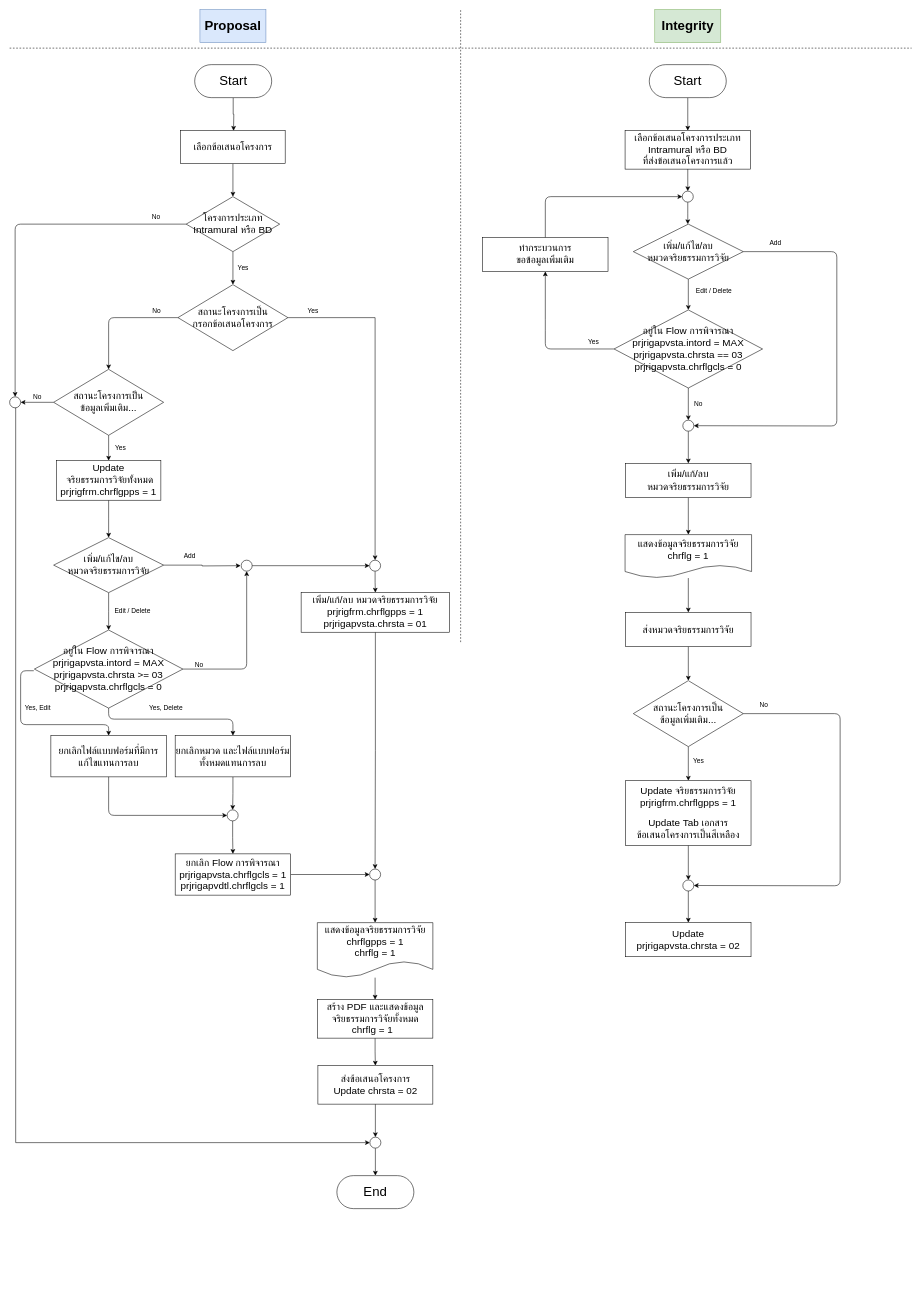
This is Flow Integrity.drawio from AL1605/drow.io, a draw.io file, before an edit. Source tidied: cells renumbered, new cells numbered last; positions are measured from the earlier drawing's top-left corner, leaving out a move shared by most shapes. Both pictures are drawn from the tidied source at 55%, with x=0, y=0 at pixel (9, 9).
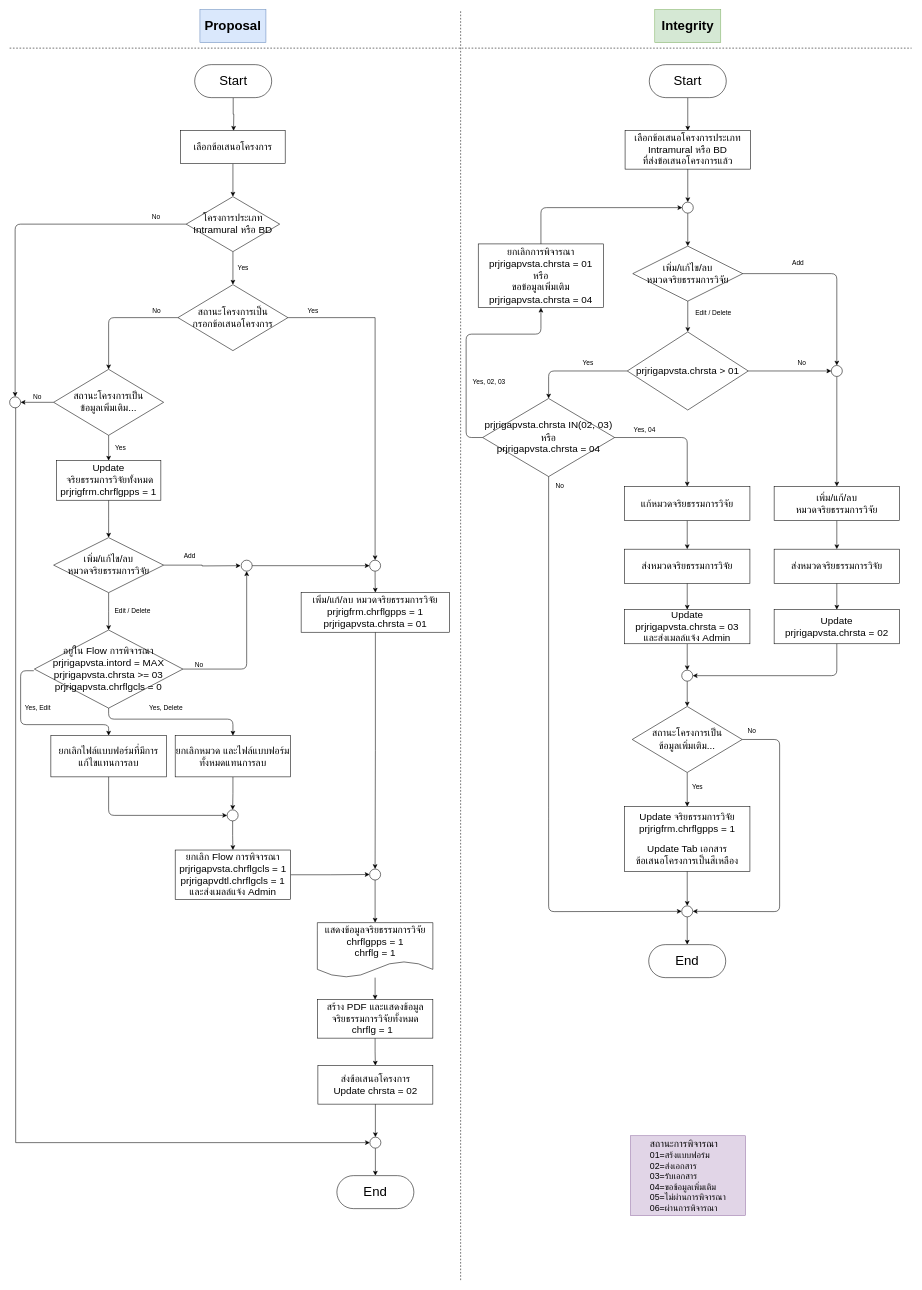
Above is the later version.

The change refers to these unchanged cells:
```xml
<mxCell id="69" value="&lt;font style=&quot;font-size: 18px&quot;&gt;เลือกข้อเสนอโครงการ&lt;/font&gt;&lt;span style=&quot;font-size: 18px&quot;&gt;ประเภท&lt;/span&gt;&lt;br style=&quot;font-size: 18px&quot;&gt;&lt;span style=&quot;font-size: 18px&quot;&gt;Intramural หรือ BD&lt;br&gt;ที่ส่งข้อเสนอโครงการแล้ว&lt;br&gt;&lt;/span&gt;" style="rounded=0;whiteSpace=wrap;html=1;" parent="1" vertex="1">
  <mxGeometry x="1119" y="220" width="228" height="70" as="geometry" />
</mxCell>
```

Diff of the diagram source:
```diff
@@
     <mxCell id="5" style="endArrow=none;dashed=1;html=1;" parent="1" edge="1">
       <mxGeometry relative="1" as="geometry">
-        <mxPoint x="820" y="1150" as="sourcePoint" />
+        <mxPoint x="820" y="2310" as="sourcePoint" />
         <mxPoint x="820" as="targetPoint" />
       </mxGeometry>
     </mxCell>
@@
-    <mxCell id="47" value="&lt;span style=&quot;font-size: 18px&quot;&gt;ยกเลิก Flow การพิจารณา&lt;br&gt;&lt;/span&gt;&lt;font style=&quot;font-size: 18px&quot;&gt;prjrigapvsta&lt;/font&gt;&lt;span style=&quot;font-size: 18px&quot;&gt;.chrflgcls = 1&lt;/span&gt;&lt;br&gt;&lt;span style=&quot;font-size: 18px&quot;&gt;prjrigapvdtl.chrflgcls = 1&lt;/span&gt;" style="rounded=0;whiteSpace=wrap;html=1;" parent="1" vertex="1">
-      <mxGeometry x="301" y="1535" width="210" height="75" as="geometry" />
+    <mxCell id="47" value="&lt;span style=&quot;font-size: 18px&quot;&gt;ยกเลิก Flow การพิจารณา&lt;br&gt;&lt;/span&gt;&lt;font style=&quot;font-size: 18px&quot;&gt;prjrigapvsta&lt;/font&gt;&lt;span style=&quot;font-size: 18px&quot;&gt;.chrflgcls = 1&lt;/span&gt;&lt;br&gt;&lt;span style=&quot;font-size: 18px&quot;&gt;prjrigapvdtl.chrflgcls = 1&lt;br&gt;และส่งเมลล์แจ้ง Admin&lt;br&gt;&lt;/span&gt;" style="rounded=0;whiteSpace=wrap;html=1;" parent="1" vertex="1">
+      <mxGeometry x="301" y="1528" width="210" height="90" as="geometry" />
     </mxCell>
@@
-    <mxCell id="68" style="edgeStyle=orthogonalEdgeStyle;rounded=0;jettySize=auto;html=1;" parent="1" edge="1" source="71">
-      <mxGeometry relative="1" as="geometry">
-        <mxPoint x="1233" y="390" as="targetPoint" />
-      </mxGeometry>
+    <mxCell id="68" style="edgeStyle=orthogonalEdgeStyle;rounded=0;jettySize=auto;html=1;exitX=0.5;exitY=1;exitDx=0;exitDy=0;entryX=0.5;entryY=0;entryDx=0;entryDy=0;" parent="1" edge="1" source="111" target="79">
+      <mxGeometry relative="1" as="geometry" />
     </mxCell>
@@
-    <mxCell id="71" style="ellipse;whiteSpace=wrap;html=1;" parent="1" vertex="1">
-      <mxGeometry x="1223" y="330" width="20" height="20" as="geometry" />
-    </mxCell>
-    <mxCell id="72" style="edgeStyle=orthogonalEdgeStyle;rounded=0;jettySize=auto;html=1;" parent="1" edge="1" source="69" target="71">
-      <mxGeometry relative="1" as="geometry" />
-    </mxCell>
-    <mxCell id="73" style="edgeStyle=orthogonalEdgeStyle;rounded=0;jettySize=auto;html=1;entryX=0.5;entryY=0;entryDx=0;entryDy=0;" parent="1" edge="1" source="74" target="89">
-      <mxGeometry relative="1" as="geometry" />
-    </mxCell>
+    <mxCell id="102" style="edgeStyle=orthogonalEdgeStyle;rounded=0;jettySize=auto;html=1;entryX=0;entryY=0.5;entryDx=0;entryDy=0;exitX=1;exitY=0.5;exitDx=0;exitDy=0;" parent="1" edge="1" source="74" target="106">
+      <mxGeometry relative="1" as="geometry" />
+    </mxCell>
-    <mxCell id="74" value="&lt;font style=&quot;font-size: 18px&quot;&gt;อยู่ใน Flow การพิจารณา&lt;br&gt;prjrigapvsta.intord = MAX&lt;br&gt;prjrigapvsta.chrsta == 03&lt;br&gt;prjrigapvsta.chrflgcls = 0&lt;br&gt;&lt;/font&gt;" style="rhombus;whiteSpace=wrap;html=1;" parent="1" vertex="1">
-      <mxGeometry x="1099" y="546" width="270" height="142" as="geometry" />
+    <mxCell id="74" value="&lt;font style=&quot;font-size: 18px&quot;&gt;prjrigapvsta.chrsta &amp;gt; 01&lt;br&gt;&lt;/font&gt;" style="rhombus;whiteSpace=wrap;html=1;" parent="1" vertex="1">
+      <mxGeometry x="1123" y="586" width="220" height="142" as="geometry" />
     </mxCell>
-    <mxCell id="75" value="&lt;span style=&quot;font-size: 18px&quot;&gt;ทำกระบวนการ&lt;br&gt;ขอข้อมูลเพิ่มเติม&lt;/span&gt;" style="rounded=0;whiteSpace=wrap;html=1;" parent="1" vertex="1">
-      <mxGeometry x="860" y="414" width="228" height="62" as="geometry" />
-    </mxCell>
-    <mxCell id="76" style="endArrow=classic;html=1;exitX=0;exitY=0.5;exitDx=0;exitDy=0;entryX=0.5;entryY=1;entryDx=0;entryDy=0;" parent="1" edge="1" source="74" target="75">
-      <mxGeometry relative="1" as="geometry">
-        <Array as="points">
-          <mxPoint x="974" y="617" />
-          <mxPoint x="974" y="573" />
-        </Array>
-      </mxGeometry>
-    </mxCell>
-    <mxCell id="77" style="endArrow=classic;html=1;exitX=0.5;exitY=0;exitDx=0;exitDy=0;entryX=0;entryY=0.5;entryDx=0;entryDy=0;" parent="1" edge="1" source="75" target="71">
-      <mxGeometry relative="1" as="geometry">
-        <Array as="points">
-          <mxPoint x="974" y="340" />
-        </Array>
-      </mxGeometry>
-    </mxCell>
     <mxCell id="78" value="Yes" style="text;html=1;align=left;verticalAlign=top;spacingTop=-4;" parent="1" vertex="1">
-      <mxGeometry x="1050" y="595" width="40" height="20" as="geometry" />
+      <mxGeometry x="1040" y="632" width="40" height="20" as="geometry" />
     </mxCell>
     <mxCell id="79" value="&lt;font style=&quot;font-size: 18px&quot;&gt;เพิ่ม/แก้ไข/ลบ &lt;br&gt;หมวดจริยธรรมการวิจัย&lt;br&gt;&lt;/font&gt;" style="rhombus;whiteSpace=wrap;html=1;" parent="1" vertex="1">
-      <mxGeometry x="1134" y="390" width="200" height="100" as="geometry" />
+      <mxGeometry x="1133" y="430" width="200" height="100" as="geometry" />
     </mxCell>
     <mxCell id="80" value="Edit / Delete" style="text;html=1;align=left;verticalAlign=top;spacingTop=-4;" parent="1" vertex="1">
-      <mxGeometry x="1246" y="502" width="80" height="20" as="geometry" />
+      <mxGeometry x="1245" y="542" width="80" height="20" as="geometry" />
     </mxCell>
-    <mxCell id="81" style="edgeStyle=orthogonalEdgeStyle;rounded=0;jettySize=auto;html=1;entryX=0.5;entryY=0;entryDx=0;entryDy=0;" parent="1" edge="1" source="82" target="94">
-      <mxGeometry relative="1" as="geometry" />
-    </mxCell>
+    <mxCell id="103" style="edgeStyle=orthogonalEdgeStyle;rounded=0;jettySize=auto;html=1;" parent="1" edge="1" source="82" target="124">
+      <mxGeometry relative="1" as="geometry" />
+    </mxCell>
     <mxCell id="82" value="&lt;span style=&quot;font-size: 18px&quot;&gt;เพิ่ม/แก้/ลบ &lt;br&gt;หมวดจริยธรรมการวิจัย&lt;/span&gt;&lt;br&gt;" style="rounded=0;whiteSpace=wrap;html=1;" parent="1" vertex="1">
-      <mxGeometry x="1120" y="825" width="228" height="62" as="geometry" />
+      <mxGeometry x="1390" y="867" width="228" height="62" as="geometry" />
     </mxCell>
-    <mxCell id="83" style="endArrow=classic;html=1;exitX=1;exitY=0.5;exitDx=0;exitDy=0;entryX=1;entryY=0.5;entryDx=0;entryDy=0;" parent="1" edge="1" source="79" target="89">
+    <mxCell id="83" style="endArrow=classic;html=1;entryX=0.5;entryY=0;entryDx=0;entryDy=0;" parent="1" edge="1" target="106">
       <mxGeometry relative="1" as="geometry">
+        <mxPoint x="1333" y="480" as="sourcePoint" />
         <Array as="points">
-          <mxPoint x="1504" y="440" />
-          <mxPoint x="1504" y="757" />
+          <mxPoint x="1504" y="480" />
         </Array>
       </mxGeometry>
     </mxCell>
     <mxCell id="84" value="Add" style="text;html=1;align=left;verticalAlign=top;spacingTop=-4;" parent="1" vertex="1">
-      <mxGeometry x="1380" y="414" width="40" height="20" as="geometry" />
+      <mxGeometry x="1421" y="451" width="40" height="20" as="geometry" />
     </mxCell>
     <mxCell id="85" value="No" style="text;html=1;align=left;verticalAlign=top;spacingTop=-4;" parent="1" vertex="1">
-      <mxGeometry x="1243" y="707.5" width="30" height="20" as="geometry" />
+      <mxGeometry x="1431" y="632" width="30" height="20" as="geometry" />
     </mxCell>
@@
     <mxCell id="87" value="&lt;font style=&quot;font-size: 18px&quot;&gt;สถานะโครงการเป็น&lt;br&gt;ข้อมูลเพิ่มเติม...&lt;br&gt;&lt;/font&gt;" style="rhombus;whiteSpace=wrap;html=1;" parent="1" vertex="1">
-      <mxGeometry x="1134" y="1220" width="200" height="120" as="geometry" />
+      <mxGeometry x="1132" y="1267" width="200" height="120" as="geometry" />
     </mxCell>
-    <mxCell id="88" style="edgeStyle=orthogonalEdgeStyle;rounded=0;jettySize=auto;html=1;" parent="1" edge="1" source="89" target="82">
-      <mxGeometry relative="1" as="geometry" />
-    </mxCell>
-    <mxCell id="89" style="ellipse;whiteSpace=wrap;html=1;" parent="1" vertex="1">
-      <mxGeometry x="1224" y="746.5" width="20" height="20" as="geometry" />
-    </mxCell>
-    <mxCell id="90" style="edgeStyle=orthogonalEdgeStyle;rounded=0;jettySize=auto;html=1;" parent="1" edge="1" source="98" target="92">
-      <mxGeometry relative="1" as="geometry" />
-    </mxCell>
     <mxCell id="91" value="&lt;span style=&quot;font-size: 18px&quot;&gt;Update จริยธรรมการวิจัย&lt;br&gt;&lt;/span&gt;&lt;span style=&quot;font-size: 18px&quot;&gt;prjrigfrm.&lt;/span&gt;&lt;span style=&quot;font-size: 18px&quot;&gt;chrflgpps = 1&lt;br&gt;&lt;/span&gt;&lt;br&gt;&lt;span style=&quot;font-size: 18px&quot;&gt;Update Tab เอกสาร&lt;br&gt;ข้อเสนอโครงการเป็นสีเหลือง&lt;/span&gt;" style="rounded=0;whiteSpace=wrap;html=1;" parent="1" vertex="1">
-      <mxGeometry x="1120" y="1402" width="228" height="118" as="geometry" />
+      <mxGeometry x="1118" y="1449" width="228" height="118" as="geometry" />
     </mxCell>
-    <mxCell id="92" value="&lt;span style=&quot;font-size: 18px&quot;&gt;Update&lt;br&gt;&lt;/span&gt;&lt;span style=&quot;font-size: 18px&quot;&gt;prjrigapvsta.chrsta = 02&lt;/span&gt;&lt;span style=&quot;font-size: 18px&quot;&gt;&lt;br&gt;&lt;/span&gt;" style="rounded=0;whiteSpace=wrap;html=1;" parent="1" vertex="1">
-      <mxGeometry x="1120" y="1660" width="228" height="62" as="geometry" />
-    </mxCell>
-    <mxCell id="93" style="edgeStyle=orthogonalEdgeStyle;rounded=0;jettySize=auto;html=1;" parent="1" edge="1" source="94" target="96">
-      <mxGeometry relative="1" as="geometry" />
-    </mxCell>
-    <mxCell id="94" value="&lt;font style=&quot;font-size: 18px&quot;&gt;&lt;font&gt;แสดงข้อมูลจริยธรรมการวิจัย&lt;/font&gt;&lt;br&gt;chrflg = 1&lt;/font&gt;" style="shape=document;whiteSpace=wrap;html=1;boundedLbl=1;" parent="1" vertex="1">
-      <mxGeometry x="1119" y="954.5" width="230" height="79" as="geometry" />
-    </mxCell>
-    <mxCell id="95" style="edgeStyle=orthogonalEdgeStyle;rounded=0;jettySize=auto;html=1;" parent="1" edge="1" source="96" target="87">
+    <mxCell id="95" style="edgeStyle=orthogonalEdgeStyle;rounded=0;jettySize=auto;html=1;exitX=0.5;exitY=1;exitDx=0;exitDy=0;" parent="1" edge="1" source="125" target="87">
       <mxGeometry relative="1" as="geometry" />
     </mxCell>
-    <mxCell id="96" value="&lt;span style=&quot;font-size: 18px&quot;&gt;ส่งหมวดจริยธรรมการวิจัย&lt;/span&gt;" style="rounded=0;whiteSpace=wrap;html=1;" parent="1" vertex="1">
-      <mxGeometry x="1120" y="1096" width="228" height="62" as="geometry" />
-    </mxCell>
     <mxCell id="97" value="Yes" style="text;html=1;align=left;verticalAlign=top;spacingTop=-4;" parent="1" vertex="1">
-      <mxGeometry x="1241" y="1356" width="40" height="20" as="geometry" />
+      <mxGeometry x="1239" y="1403" width="40" height="20" as="geometry" />
     </mxCell>
+    <mxCell id="104" style="edgeStyle=orthogonalEdgeStyle;rounded=0;jettySize=auto;html=1;" parent="1" edge="1" source="98" target="129">
+      <mxGeometry relative="1" as="geometry" />
+    </mxCell>
     <mxCell id="98" style="ellipse;whiteSpace=wrap;html=1;" parent="1" vertex="1">
-      <mxGeometry x="1224" y="1582.5" width="20" height="20" as="geometry" />
+      <mxGeometry x="1222" y="1629.5" width="20" height="20" as="geometry" />
     </mxCell>
@@
     <mxCell id="100" style="endArrow=classic;html=1;exitX=1;exitY=0.5;exitDx=0;exitDy=0;entryX=1;entryY=0.5;entryDx=0;entryDy=0;" parent="1" edge="1" source="87" target="98">
       <mxGeometry relative="1" as="geometry">
         <Array as="points">
-          <mxPoint x="1510" y="1280" />
-          <mxPoint x="1510" y="1593" />
+          <mxPoint x="1400" y="1327" />
+          <mxPoint x="1400" y="1640" />
         </Array>
       </mxGeometry>
     </mxCell>
     <mxCell id="101" value="No" style="text;html=1;align=left;verticalAlign=top;spacingTop=-4;" parent="1" vertex="1">
-      <mxGeometry x="1362" y="1254" width="30" height="20" as="geometry" />
+      <mxGeometry x="1340" y="1301" width="30" height="20" as="geometry" />
     </mxCell>
+    <mxCell id="105" style="edgeStyle=orthogonalEdgeStyle;rounded=0;jettySize=auto;html=1;entryX=0.5;entryY=0;entryDx=0;entryDy=0;" parent="1" edge="1" source="106" target="82">
+      <mxGeometry relative="1" as="geometry" />
+    </mxCell>
+    <mxCell id="106" style="ellipse;whiteSpace=wrap;html=1;" parent="1" vertex="1">
+      <mxGeometry x="1494" y="647" width="20" height="20" as="geometry" />
+    </mxCell>
+    <mxCell id="107" style="endArrow=classic;html=1;exitX=0;exitY=0.5;exitDx=0;exitDy=0;entryX=0.5;entryY=0;entryDx=0;entryDy=0;" parent="1" edge="1" source="74" target="108">
+      <mxGeometry relative="1" as="geometry">
+        <Array as="points">
+          <mxPoint x="980" y="657" />
+        </Array>
+      </mxGeometry>
+    </mxCell>
+    <mxCell id="108" value="&lt;font style=&quot;font-size: 18px&quot;&gt;prjrigapvsta.chrsta IN(02, 03)&lt;br&gt;หรือ&lt;br&gt;prjrigapvsta.chrsta = 04&lt;br&gt;&lt;/font&gt;" style="rhombus;whiteSpace=wrap;html=1;" parent="1" vertex="1">
+      <mxGeometry x="860" y="707" width="240" height="142" as="geometry" />
+    </mxCell>
+    <mxCell id="109" value="&lt;span style=&quot;font-size: 18px&quot;&gt;ยกเลิกการพิจารณา&lt;br&gt;&lt;/span&gt;&lt;span style=&quot;font-size: 18px&quot;&gt;prjrigapvsta.chrsta = 01&lt;/span&gt;&lt;span style=&quot;font-size: 18px&quot;&gt;&lt;br&gt;หรือ&lt;br&gt;ขอข้อมูลเพิ่มเติม&lt;br&gt;&lt;/span&gt;&lt;span style=&quot;font-size: 18px&quot;&gt;prjrigapvsta.chrsta = 04&lt;/span&gt;&lt;span style=&quot;font-size: 18px&quot;&gt;&lt;br&gt;&lt;/span&gt;" style="rounded=0;whiteSpace=wrap;html=1;" parent="1" vertex="1">
+      <mxGeometry x="852" y="426" width="228" height="116" as="geometry" />
+    </mxCell>
+    <mxCell id="110" value="Yes, 02, 03" style="text;html=1;align=left;verticalAlign=top;spacingTop=-4;" parent="1" vertex="1">
+      <mxGeometry x="840" y="667" width="80" height="20" as="geometry" />
+    </mxCell>
+    <mxCell id="111" style="ellipse;whiteSpace=wrap;html=1;" parent="1" vertex="1">
+      <mxGeometry x="1223" y="350" width="20" height="20" as="geometry" />
+    </mxCell>
+    <mxCell id="112" style="edgeStyle=orthogonalEdgeStyle;rounded=0;jettySize=auto;html=1;exitX=0.5;exitY=1;exitDx=0;exitDy=0;entryX=0.5;entryY=0;entryDx=0;entryDy=0;" parent="1" edge="1" source="69" target="111">
+      <mxGeometry relative="1" as="geometry" />
+    </mxCell>
+    <mxCell id="113" style="endArrow=classic;html=1;exitX=0;exitY=0.5;exitDx=0;exitDy=0;entryX=0.5;entryY=1;entryDx=0;entryDy=0;" parent="1" edge="1" source="108" target="109">
+      <mxGeometry relative="1" as="geometry">
+        <Array as="points">
+          <mxPoint x="830" y="778" />
+          <mxPoint x="830" y="590" />
+          <mxPoint x="966" y="590" />
+        </Array>
+      </mxGeometry>
+    </mxCell>
+    <mxCell id="114" style="endArrow=classic;html=1;exitX=0.5;exitY=0;exitDx=0;exitDy=0;entryX=0;entryY=0.5;entryDx=0;entryDy=0;" parent="1" edge="1" source="109" target="111">
+      <mxGeometry relative="1" as="geometry">
+        <Array as="points">
+          <mxPoint x="966" y="360" />
+        </Array>
+      </mxGeometry>
+    </mxCell>
+    <mxCell id="115" style="edgeStyle=orthogonalEdgeStyle;rounded=0;jettySize=auto;html=1;" parent="1" edge="1" source="116" target="122">
+      <mxGeometry relative="1" as="geometry" />
+    </mxCell>
+    <mxCell id="116" value="&lt;span style=&quot;font-size: 18px&quot;&gt;แก้หมวดจริยธรรมการวิจัย&lt;/span&gt;" style="rounded=0;whiteSpace=wrap;html=1;" parent="1" vertex="1">
+      <mxGeometry x="1118" y="867" width="228" height="62" as="geometry" />
+    </mxCell>
+    <mxCell id="117" style="endArrow=classic;html=1;exitX=1;exitY=0.5;exitDx=0;exitDy=0;entryX=0.5;entryY=0;entryDx=0;entryDy=0;" parent="1" edge="1" source="108" target="116">
+      <mxGeometry relative="1" as="geometry">
+        <Array as="points">
+          <mxPoint x="1232" y="778" />
+        </Array>
+      </mxGeometry>
+    </mxCell>
+    <mxCell id="118" value="Yes, 04" style="text;html=1;align=left;verticalAlign=top;spacingTop=-4;" parent="1" vertex="1">
+      <mxGeometry x="1133" y="754" width="60" height="20" as="geometry" />
+    </mxCell>
+    <mxCell id="119" style="edgeStyle=orthogonalEdgeStyle;rounded=0;jettySize=auto;html=1;entryX=0.5;entryY=0;entryDx=0;entryDy=0;" parent="1" edge="1" source="120" target="125">
+      <mxGeometry relative="1" as="geometry" />
+    </mxCell>
+    <mxCell id="120" value="&lt;span style=&quot;font-size: 18px&quot;&gt;Update&lt;br&gt;&lt;/span&gt;&lt;span style=&quot;font-size: 18px&quot;&gt;prjrigapvsta.chrsta = 03&lt;br&gt;&lt;/span&gt;&lt;span style=&quot;font-size: 18px&quot;&gt;และส่งเมลล์แจ้ง Admin&lt;/span&gt;&lt;span style=&quot;font-size: 18px&quot;&gt;&lt;br&gt;&lt;/span&gt;" style="rounded=0;whiteSpace=wrap;html=1;" parent="1" vertex="1">
+      <mxGeometry x="1118" y="1091" width="228" height="62" as="geometry" />
+    </mxCell>
+    <mxCell id="121" style="edgeStyle=orthogonalEdgeStyle;rounded=0;jettySize=auto;html=1;" parent="1" edge="1" source="122" target="120">
+      <mxGeometry relative="1" as="geometry" />
+    </mxCell>
+    <mxCell id="122" value="&lt;span style=&quot;font-size: 18px&quot;&gt;ส่งหมวดจริยธรรมการวิจัย&lt;/span&gt;" style="rounded=0;whiteSpace=wrap;html=1;" parent="1" vertex="1">
+      <mxGeometry x="1118" y="981" width="228" height="62" as="geometry" />
+    </mxCell>
+    <mxCell id="92" value="&lt;span style=&quot;font-size: 18px&quot;&gt;Update&lt;br&gt;&lt;/span&gt;&lt;span style=&quot;font-size: 18px&quot;&gt;prjrigapvsta.chrsta = 02&lt;/span&gt;&lt;span style=&quot;font-size: 18px&quot;&gt;&lt;br&gt;&lt;/span&gt;" style="rounded=0;whiteSpace=wrap;html=1;" parent="1" vertex="1">
+      <mxGeometry x="1390" y="1091" width="228" height="62" as="geometry" />
+    </mxCell>
+    <mxCell id="123" style="edgeStyle=orthogonalEdgeStyle;rounded=0;jettySize=auto;html=1;" parent="1" edge="1" source="124" target="92">
+      <mxGeometry relative="1" as="geometry" />
+    </mxCell>
+    <mxCell id="124" value="&lt;span style=&quot;font-size: 18px&quot;&gt;ส่งหมวดจริยธรรมการวิจัย&lt;/span&gt;" style="rounded=0;whiteSpace=wrap;html=1;" parent="1" vertex="1">
+      <mxGeometry x="1390" y="981" width="228" height="62" as="geometry" />
+    </mxCell>
+    <mxCell id="125" style="ellipse;whiteSpace=wrap;html=1;" parent="1" vertex="1">
+      <mxGeometry x="1222" y="1201" width="20" height="20" as="geometry" />
+    </mxCell>
+    <mxCell id="126" style="endArrow=classic;html=1;exitX=0.5;exitY=1;exitDx=0;exitDy=0;entryX=1;entryY=0.5;entryDx=0;entryDy=0;" parent="1" edge="1" source="92" target="125">
+      <mxGeometry relative="1" as="geometry">
+        <Array as="points">
+          <mxPoint x="1504" y="1211" />
+        </Array>
+      </mxGeometry>
+    </mxCell>
+    <mxCell id="127" style="endArrow=classic;html=1;entryX=0;entryY=0.5;entryDx=0;entryDy=0;" parent="1" edge="1" target="98">
+      <mxGeometry relative="1" as="geometry">
+        <mxPoint x="980" y="849" as="sourcePoint" />
+        <Array as="points">
+          <mxPoint x="980" y="1460" />
+          <mxPoint x="980" y="1640" />
+        </Array>
+      </mxGeometry>
+    </mxCell>
+    <mxCell id="128" value="No" style="text;html=1;align=left;verticalAlign=top;spacingTop=-4;" parent="1" vertex="1">
+      <mxGeometry x="991" y="857" width="30" height="20" as="geometry" />
+    </mxCell>
+    <mxCell id="129" value="&lt;font style=&quot;font-size: 24px&quot;&gt;End&lt;/font&gt;" style="rounded=1;whiteSpace=wrap;html=1;arcSize=50;" parent="1" vertex="1">
+      <mxGeometry x="1162" y="1700" width="140" height="60" as="geometry" />
+    </mxCell>
+    <mxCell id="130" value="&lt;div style=&quot;text-align: left ; white-space: nowrap&quot;&gt;&lt;font style=&quot;font-size: 18px&quot;&gt;สถานะการพิจารณา&lt;/font&gt;&lt;/div&gt;&lt;div style=&quot;text-align: left ; white-space: nowrap&quot;&gt;&lt;font size=&quot;3&quot;&gt;01=สร้งแบบฟอร์ม&lt;/font&gt;&lt;/div&gt;&lt;div style=&quot;text-align: left ; white-space: nowrap&quot;&gt;&lt;font size=&quot;3&quot;&gt;02=ส่งเอกสาร&lt;/font&gt;&lt;/div&gt;&lt;div style=&quot;text-align: left ; white-space: nowrap&quot;&gt;&lt;font size=&quot;3&quot;&gt;03=รับเอกสาร&lt;/font&gt;&lt;/div&gt;&lt;div style=&quot;text-align: left ; white-space: nowrap&quot;&gt;&lt;font size=&quot;3&quot;&gt;04=ขอข้อมูลเพิ่มเติม&lt;/font&gt;&lt;/div&gt;&lt;div style=&quot;text-align: left ; white-space: nowrap&quot;&gt;&lt;font size=&quot;3&quot;&gt;05=ไม่ผ่านการพิจารณา&lt;/font&gt;&lt;/div&gt;&lt;div style=&quot;text-align: left ; white-space: nowrap&quot;&gt;&lt;font size=&quot;3&quot;&gt;06=ผ่านการพิจารณา&lt;/font&gt;&lt;/div&gt;" style="rounded=0;whiteSpace=wrap;html=1;fillColor=#e1d5e7;strokeColor=#9673a6;" parent="1" vertex="1">
+      <mxGeometry x="1129" y="2047.5" width="209" height="145" as="geometry" />
+    </mxCell>
```
